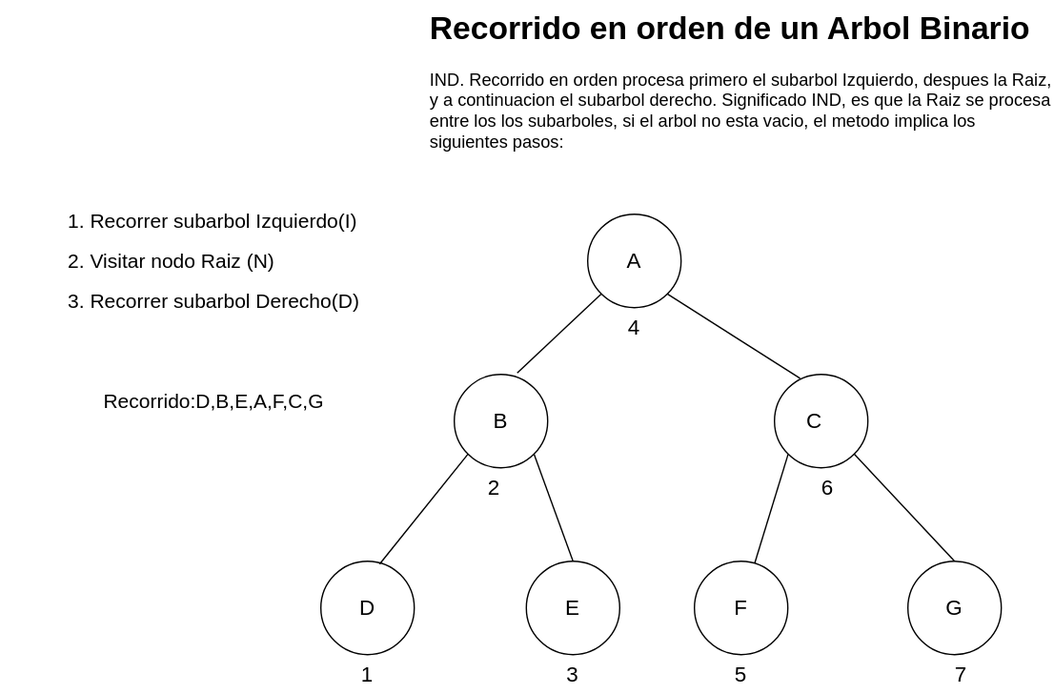
The draw.io diagram Estructura-de-datos/Arboles/enorden.drawio.svg in Nordcode-cyber/Algoritmos-Estructdatos, before a commit. Source tidied: cells renumbered, new cells last; positions are measured from the earlier drawing's top-left corner, leaving out a move shared by most shapes.
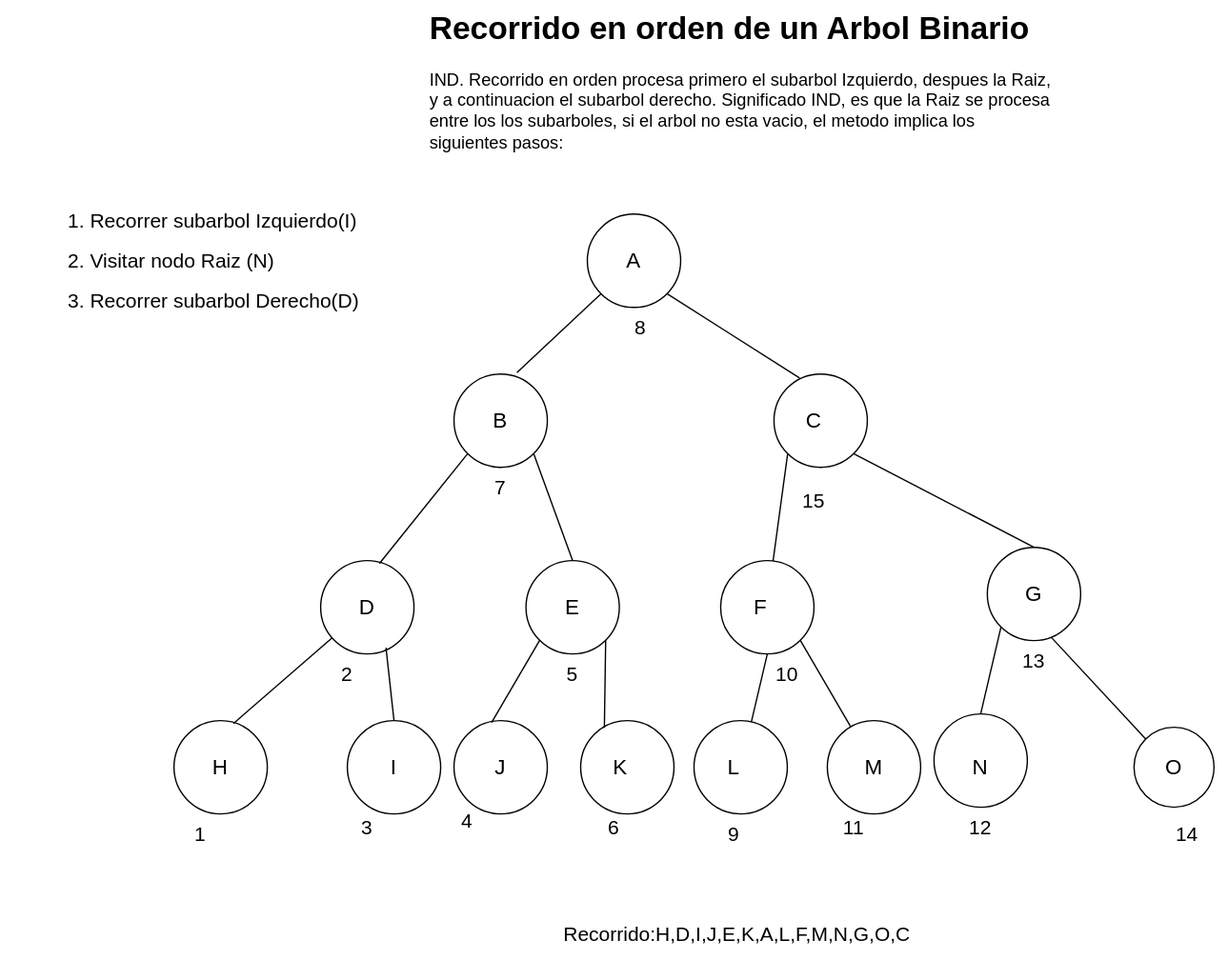
After the commit.

Change to the diagram source:
```diff
@@ -24,10 +24,10 @@
       <mxGeometry x="394" y="420" width="70" height="70" as="geometry" />
     </mxCell>
     <mxCell id="9" style="ellipse;whiteSpace=wrap;html=1;fillColor=none;" parent="1" vertex="1">
-      <mxGeometry x="520" y="420" width="70" height="70" as="geometry" />
+      <mxGeometry x="540" y="420" width="70" height="70" as="geometry" />
     </mxCell>
     <mxCell id="10" style="ellipse;whiteSpace=wrap;html=1;fillColor=none;" parent="1" vertex="1">
-      <mxGeometry x="680" y="420" width="70" height="70" as="geometry" />
+      <mxGeometry x="740" y="410" width="70" height="70" as="geometry" />
     </mxCell>
     <mxCell id="11" style="endArrow=none;html=1;exitX=0.274;exitY=0.043;exitDx=0;exitDy=0;exitPerimeter=0;entryX=1;entryY=1;entryDx=0;entryDy=0;" parent="1" edge="1" source="6" target="4">
       <mxGeometry relative="1" as="geometry" />
@@ -63,34 +63,130 @@
       <mxGeometry x="399" y="440" width="60" height="30" as="geometry" />
     </mxCell>
     <mxCell id="22" value="&lt;font style=&quot;font-size: 16px; color: light-dark(rgb(0, 0, 0), rgb(102, 255, 102));&quot;&gt;F&lt;/font&gt;" style="text;html=1;align=center;verticalAlign=middle;whiteSpace=wrap;rounded=0;" parent="1" vertex="1">
-      <mxGeometry x="525" y="440" width="60" height="30" as="geometry" />
+      <mxGeometry x="540" y="440" width="60" height="30" as="geometry" />
     </mxCell>
     <mxCell id="23" value="&lt;font style=&quot;font-size: 16px; color: light-dark(rgb(0, 0, 0), rgb(102, 255, 102));&quot;&gt;G&lt;/font&gt;" style="text;html=1;align=center;verticalAlign=middle;whiteSpace=wrap;rounded=0;" parent="1" vertex="1">
-      <mxGeometry x="685" y="440" width="60" height="30" as="geometry" />
+      <mxGeometry x="745" y="430" width="60" height="30" as="geometry" />
     </mxCell>
+    <mxCell id="31" value="&lt;font style=&quot;font-size: 15px; color: light-dark(rgb(0, 0, 0), rgb(102, 255, 102));&quot;&gt;Recorrido:H,D,I,J,E,K,A,L,F,M,N,G,O,C&lt;/font&gt;" style="text;html=1;align=center;verticalAlign=middle;whiteSpace=wrap;rounded=0;" parent="1" vertex="1">
+      <mxGeometry x="375" y="680" width="355" height="40" as="geometry" />
+    </mxCell>
+    <mxCell id="32" style="ellipse;whiteSpace=wrap;html=1;fillColor=none;" parent="1" vertex="1">
+      <mxGeometry x="130" y="540" width="70" height="70" as="geometry" />
+    </mxCell>
+    <mxCell id="33" style="ellipse;whiteSpace=wrap;html=1;fillColor=none;" parent="1" vertex="1">
+      <mxGeometry x="260" y="540" width="70" height="70" as="geometry" />
+    </mxCell>
+    <mxCell id="34" style="ellipse;whiteSpace=wrap;html=1;fillColor=none;" parent="1" vertex="1">
+      <mxGeometry x="340" y="540" width="70" height="70" as="geometry" />
+    </mxCell>
+    <mxCell id="35" style="ellipse;whiteSpace=wrap;html=1;fillColor=none;" parent="1" vertex="1">
+      <mxGeometry x="435" y="540" width="70" height="70" as="geometry" />
+    </mxCell>
+    <mxCell id="36" style="ellipse;whiteSpace=wrap;html=1;fillColor=none;" parent="1" vertex="1">
+      <mxGeometry x="620" y="540" width="70" height="70" as="geometry" />
+    </mxCell>
+    <mxCell id="37" style="ellipse;whiteSpace=wrap;html=1;fillColor=none;" parent="1" vertex="1">
+      <mxGeometry x="700" y="535" width="70" height="70" as="geometry" />
+    </mxCell>
+    <mxCell id="38" style="ellipse;whiteSpace=wrap;html=1;fillColor=none;" parent="1" vertex="1">
+      <mxGeometry x="850" y="545" width="60" height="60" as="geometry" />
+    </mxCell>
+    <mxCell id="39" style="endArrow=none;html=1;exitX=0.637;exitY=0.031;exitDx=0;exitDy=0;exitPerimeter=0;" parent="1" edge="1" source="32" target="7">
+      <mxGeometry relative="1" as="geometry" />
+    </mxCell>
+    <mxCell id="40" style="endArrow=none;html=1;entryX=0.7;entryY=0.934;entryDx=0;entryDy=0;exitX=0.5;exitY=0;exitDx=0;exitDy=0;entryPerimeter=0;" parent="1" edge="1" source="33" target="7">
+      <mxGeometry relative="1" as="geometry" />
+    </mxCell>
+    <mxCell id="41" style="endArrow=none;html=1;entryX=0;entryY=1;entryDx=0;entryDy=0;exitX=0.403;exitY=0.02;exitDx=0;exitDy=0;exitPerimeter=0;" parent="1" edge="1" source="34" target="8">
+      <mxGeometry relative="1" as="geometry" />
+    </mxCell>
+    <mxCell id="42" style="endArrow=none;html=1;entryX=1;entryY=1;entryDx=0;entryDy=0;exitX=0.254;exitY=0.077;exitDx=0;exitDy=0;exitPerimeter=0;" parent="1" edge="1" source="35" target="8">
+      <mxGeometry relative="1" as="geometry" />
+    </mxCell>
+    <mxCell id="43" style="endArrow=none;html=1;entryX=0.689;entryY=0.969;entryDx=0;entryDy=0;entryPerimeter=0;exitX=0;exitY=0;exitDx=0;exitDy=0;" parent="1" edge="1" source="38" target="10">
+      <mxGeometry relative="1" as="geometry" />
+    </mxCell>
+    <mxCell id="44" style="endArrow=none;html=1;entryX=0;entryY=1;entryDx=0;entryDy=0;exitX=0.5;exitY=0;exitDx=0;exitDy=0;" parent="1" edge="1" source="37" target="10">
+      <mxGeometry relative="1" as="geometry" />
+    </mxCell>
+    <mxCell id="45" style="endArrow=none;html=1;entryX=1;entryY=1;entryDx=0;entryDy=0;" parent="1" edge="1" source="36" target="9">
+      <mxGeometry relative="1" as="geometry" />
+    </mxCell>
+    <mxCell id="46" value="&lt;font style=&quot;font-size: 16px; color: light-dark(rgb(0, 0, 0), rgb(102, 255, 102));&quot;&gt;H&lt;/font&gt;" style="text;html=1;align=center;verticalAlign=middle;whiteSpace=wrap;rounded=0;" parent="1" vertex="1">
+      <mxGeometry x="135" y="560" width="60" height="30" as="geometry" />
+    </mxCell>
+    <mxCell id="47" value="&lt;font style=&quot;font-size: 16px; color: light-dark(rgb(0, 0, 0), rgb(102, 255, 102));&quot;&gt;I&lt;/font&gt;" style="text;html=1;align=center;verticalAlign=middle;whiteSpace=wrap;rounded=0;" parent="1" vertex="1">
+      <mxGeometry x="265" y="560" width="60" height="30" as="geometry" />
+    </mxCell>
+    <mxCell id="48" value="&lt;font style=&quot;font-size: 16px; color: light-dark(rgb(0, 0, 0), rgb(102, 255, 102));&quot;&gt;J&lt;/font&gt;" style="text;html=1;align=center;verticalAlign=middle;whiteSpace=wrap;rounded=0;" parent="1" vertex="1">
+      <mxGeometry x="345" y="560" width="60" height="30" as="geometry" />
+    </mxCell>
+    <mxCell id="49" value="&lt;font style=&quot;font-size: 16px; color: light-dark(rgb(0, 0, 0), rgb(102, 255, 102));&quot;&gt;K&lt;/font&gt;" style="text;html=1;align=center;verticalAlign=middle;whiteSpace=wrap;rounded=0;" parent="1" vertex="1">
+      <mxGeometry x="435" y="560" width="60" height="30" as="geometry" />
+    </mxCell>
+    <mxCell id="50" value="&lt;font style=&quot;font-size: 16px; color: light-dark(rgb(0, 0, 0), rgb(102, 255, 102));&quot;&gt;L&lt;/font&gt;" style="text;html=1;align=center;verticalAlign=middle;whiteSpace=wrap;rounded=0;" parent="1" vertex="1">
+      <mxGeometry x="520" y="560" width="60" height="30" as="geometry" />
+    </mxCell>
+    <mxCell id="51" value="&lt;font style=&quot;font-size: 16px; color: light-dark(rgb(0, 0, 0), rgb(102, 255, 102));&quot;&gt;M&lt;/font&gt;" style="text;html=1;align=center;verticalAlign=middle;whiteSpace=wrap;rounded=0;" parent="1" vertex="1">
+      <mxGeometry x="625" y="560" width="60" height="30" as="geometry" />
+    </mxCell>
+    <mxCell id="52" style="ellipse;whiteSpace=wrap;html=1;fillColor=none;" parent="1" vertex="1">
+      <mxGeometry x="520" y="540" width="70" height="70" as="geometry" />
+    </mxCell>
+    <mxCell id="53" style="endArrow=none;html=1;entryX=0.5;entryY=1;entryDx=0;entryDy=0;" parent="1" edge="1" source="52" target="9">
+      <mxGeometry relative="1" as="geometry" />
+    </mxCell>
+    <mxCell id="54" value="&lt;font style=&quot;font-size: 16px; color: light-dark(rgb(0, 0, 0), rgb(102, 255, 102));&quot;&gt;N&lt;/font&gt;" style="text;html=1;align=center;verticalAlign=middle;whiteSpace=wrap;rounded=0;" parent="1" vertex="1">
+      <mxGeometry x="705" y="560" width="60" height="30" as="geometry" />
+    </mxCell>
+    <mxCell id="55" value="&lt;font style=&quot;font-size: 16px; color: light-dark(rgb(0, 0, 0), rgb(102, 255, 102));&quot;&gt;O&lt;/font&gt;" style="text;html=1;align=center;verticalAlign=middle;whiteSpace=wrap;rounded=0;" parent="1" vertex="1">
+      <mxGeometry x="850" y="560" width="60" height="30" as="geometry" />
+    </mxCell>
-    <mxCell id="24" value="&lt;font style=&quot;color: light-dark(rgb(0, 0, 0), rgb(255, 0, 0)); font-size: 16px;&quot;&gt;1&lt;/font&gt;" style="text;html=1;align=center;verticalAlign=middle;whiteSpace=wrap;rounded=0;" parent="1" vertex="1">
-      <mxGeometry x="245" y="490" width="60" height="30" as="geometry" />
+    <mxCell id="24" value="&lt;font style=&quot;color: light-dark(rgb(0, 0, 0), rgb(204, 0, 0)); font-size: 15px;&quot;&gt;1&lt;/font&gt;" style="text;html=1;align=center;verticalAlign=middle;whiteSpace=wrap;rounded=0;" parent="1" vertex="1">
+      <mxGeometry x="120" y="610" width="60" height="30" as="geometry" />
     </mxCell>
-    <mxCell id="25" value="&lt;font style=&quot;color: light-dark(rgb(0, 0, 0), rgb(255, 0, 0)); font-size: 16px;&quot;&gt;2&lt;/font&gt;" style="text;html=1;align=center;verticalAlign=middle;whiteSpace=wrap;rounded=0;" parent="1" vertex="1">
-      <mxGeometry x="340" y="350" width="60" height="30" as="geometry" />
+    <mxCell id="25" value="&lt;font style=&quot;color: light-dark(rgb(0, 0, 0), rgb(204, 0, 0)); font-size: 15px;&quot;&gt;2&lt;/font&gt;" style="text;html=1;align=center;verticalAlign=middle;whiteSpace=wrap;rounded=0;" parent="1" vertex="1">
+      <mxGeometry x="230" y="490" width="60" height="30" as="geometry" />
     </mxCell>
-    <mxCell id="26" value="&lt;font style=&quot;color: light-dark(rgb(0, 0, 0), rgb(255, 0, 0)); font-size: 16px;&quot;&gt;3&lt;/font&gt;" style="text;html=1;align=center;verticalAlign=middle;whiteSpace=wrap;rounded=0;" parent="1" vertex="1">
-      <mxGeometry x="399" y="490" width="60" height="30" as="geometry" />
+    <mxCell id="26" value="&lt;font style=&quot;color: light-dark(rgb(0, 0, 0), rgb(204, 0, 0)); font-size: 15px;&quot;&gt;3&lt;/font&gt;" style="text;html=1;align=center;verticalAlign=middle;whiteSpace=wrap;rounded=0;" parent="1" vertex="1">
+      <mxGeometry x="245" y="605" width="60" height="30" as="geometry" />
     </mxCell>
-    <mxCell id="27" value="&lt;font style=&quot;color: light-dark(rgb(0, 0, 0), rgb(255, 0, 0)); font-size: 16px;&quot;&gt;4&lt;/font&gt;" style="text;html=1;align=center;verticalAlign=middle;whiteSpace=wrap;rounded=0;" parent="1" vertex="1">
-      <mxGeometry x="445" y="230" width="60" height="30" as="geometry" />
+    <mxCell id="27" value="&lt;font style=&quot;color: light-dark(rgb(0, 0, 0), rgb(204, 0, 0)); font-size: 15px;&quot;&gt;4&lt;/font&gt;" style="text;html=1;align=center;verticalAlign=middle;whiteSpace=wrap;rounded=0;" parent="1" vertex="1">
+      <mxGeometry x="320" y="600" width="60" height="30" as="geometry" />
     </mxCell>
-    <mxCell id="28" value="&lt;font style=&quot;color: light-dark(rgb(0, 0, 0), rgb(255, 0, 0)); font-size: 16px;&quot;&gt;5&lt;/font&gt;" style="text;html=1;align=center;verticalAlign=middle;whiteSpace=wrap;rounded=0;" parent="1" vertex="1">
-      <mxGeometry x="525" y="490" width="60" height="30" as="geometry" />
+    <mxCell id="28" value="&lt;font style=&quot;color: light-dark(rgb(0, 0, 0), rgb(204, 0, 0)); font-size: 15px;&quot;&gt;5&lt;/font&gt;" style="text;html=1;align=center;verticalAlign=middle;whiteSpace=wrap;rounded=0;" parent="1" vertex="1">
+      <mxGeometry x="399" y="490" width="60" height="30" as="geometry" />
     </mxCell>
-    <mxCell id="29" value="&lt;font style=&quot;color: light-dark(rgb(0, 0, 0), rgb(255, 0, 0)); font-size: 16px;&quot;&gt;6&lt;/font&gt;" style="text;html=1;align=center;verticalAlign=middle;whiteSpace=wrap;rounded=0;" parent="1" vertex="1">
-      <mxGeometry x="590" y="350" width="60" height="30" as="geometry" />
+    <mxCell id="29" value="&lt;font style=&quot;color: light-dark(rgb(0, 0, 0), rgb(204, 0, 0)); font-size: 15px;&quot;&gt;6&lt;/font&gt;" style="text;html=1;align=center;verticalAlign=middle;whiteSpace=wrap;rounded=0;" parent="1" vertex="1">
+      <mxGeometry x="430" y="605" width="60" height="30" as="geometry" />
     </mxCell>
-    <mxCell id="30" value="&lt;font style=&quot;color: light-dark(rgb(0, 0, 0), rgb(255, 0, 0)); font-size: 16px;&quot;&gt;7&lt;/font&gt;" style="text;html=1;align=center;verticalAlign=middle;whiteSpace=wrap;rounded=0;" parent="1" vertex="1">
-      <mxGeometry x="690" y="490" width="60" height="30" as="geometry" />
+    <mxCell id="30" value="&lt;font style=&quot;color: light-dark(rgb(0, 0, 0), rgb(204, 0, 0)); font-size: 15px;&quot;&gt;7&lt;/font&gt;" style="text;html=1;align=center;verticalAlign=middle;whiteSpace=wrap;rounded=0;" parent="1" vertex="1">
+      <mxGeometry x="345" y="350" width="60" height="30" as="geometry" />
     </mxCell>
-    <mxCell id="31" value="&lt;font style=&quot;font-size: 15px; color: light-dark(rgb(0, 0, 0), rgb(102, 255, 102));&quot;&gt;Recorrido:D,B,E,A,F,C,G&lt;/font&gt;" style="text;html=1;align=center;verticalAlign=middle;whiteSpace=wrap;rounded=0;" parent="1" vertex="1">
-      <mxGeometry x="60" y="280" width="200" height="40" as="geometry" />
-    </mxCell>
+    <mxCell id="56" value="&lt;font style=&quot;color: light-dark(rgb(0, 0, 0), rgb(204, 0, 0)); font-size: 15px;&quot;&gt;8&lt;/font&gt;" style="text;html=1;align=center;verticalAlign=middle;whiteSpace=wrap;rounded=0;" parent="1" vertex="1">
+      <mxGeometry x="450" y="230" width="60" height="30" as="geometry" />
+    </mxCell>
+    <mxCell id="57" value="&lt;font style=&quot;color: light-dark(rgb(0, 0, 0), rgb(204, 0, 0)); font-size: 15px;&quot;&gt;9&lt;/font&gt;" style="text;html=1;align=center;verticalAlign=middle;whiteSpace=wrap;rounded=0;" parent="1" vertex="1">
+      <mxGeometry x="520" y="610" width="60" height="30" as="geometry" />
+    </mxCell>
+    <mxCell id="58" value="&lt;font style=&quot;color: light-dark(rgb(0, 0, 0), rgb(204, 0, 0)); font-size: 15px;&quot;&gt;10&lt;/font&gt;" style="text;html=1;align=center;verticalAlign=middle;whiteSpace=wrap;rounded=0;" parent="1" vertex="1">
+      <mxGeometry x="560" y="490" width="60" height="30" as="geometry" />
+    </mxCell>
+    <mxCell id="59" value="&lt;font style=&quot;color: light-dark(rgb(0, 0, 0), rgb(204, 0, 0)); font-size: 15px;&quot;&gt;11&lt;/font&gt;" style="text;html=1;align=center;verticalAlign=middle;whiteSpace=wrap;rounded=0;" parent="1" vertex="1">
+      <mxGeometry x="610" y="605" width="60" height="30" as="geometry" />
+    </mxCell>
+    <mxCell id="60" value="&lt;font style=&quot;color: light-dark(rgb(0, 0, 0), rgb(204, 0, 0)); font-size: 15px;&quot;&gt;12&lt;/font&gt;" style="text;html=1;align=center;verticalAlign=middle;whiteSpace=wrap;rounded=0;" parent="1" vertex="1">
+      <mxGeometry x="705" y="605" width="60" height="30" as="geometry" />
+    </mxCell>
+    <mxCell id="61" value="&lt;font style=&quot;color: light-dark(rgb(0, 0, 0), rgb(204, 0, 0)); font-size: 15px;&quot;&gt;13&lt;/font&gt;" style="text;html=1;align=center;verticalAlign=middle;whiteSpace=wrap;rounded=0;" parent="1" vertex="1">
+      <mxGeometry x="745" y="480" width="60" height="30" as="geometry" />
+    </mxCell>
+    <mxCell id="62" value="&lt;font style=&quot;color: light-dark(rgb(0, 0, 0), rgb(204, 0, 0)); font-size: 15px;&quot;&gt;14&lt;/font&gt;" style="text;html=1;align=center;verticalAlign=middle;whiteSpace=wrap;rounded=0;" parent="1" vertex="1">
+      <mxGeometry x="860" y="610" width="60" height="30" as="geometry" />
+    </mxCell>
+    <mxCell id="63" value="&lt;font style=&quot;color: light-dark(rgb(0, 0, 0), rgb(204, 0, 0)); font-size: 15px;&quot;&gt;15&lt;/font&gt;" style="text;html=1;align=center;verticalAlign=middle;whiteSpace=wrap;rounded=0;" parent="1" vertex="1">
+      <mxGeometry x="580" y="360" width="60" height="30" as="geometry" />
+    </mxCell>
   </root>
 </mxGraphModel>
```
